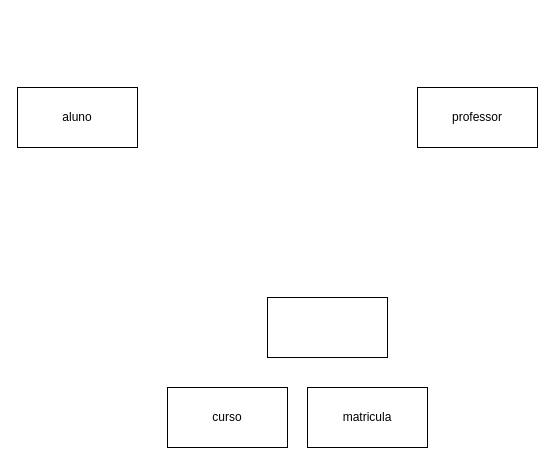
Pet-Garcia/AMS keeps this draw.io diagram as UML/MatriculaUML.drawio. Above is the earlier version. Source tidied: cells renumbered, new cells numbered last; positions are measured from the earlier drawing's top-left corner, leaving out a move shared by most shapes. Both pictures are drawn from the tidied source at 100%, with x=0, y=0 at pixel (17, 87).
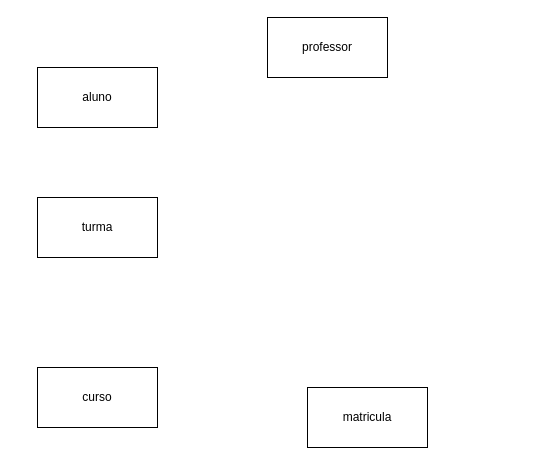
Above is the later version.

Change to the diagram source:
```diff
@@
 <mxGraphModel>
   <root>
     <mxCell id="0" />
     <mxCell id="1" parent="0" />
     <mxCell id="2" value="aluno" style="rounded=0;whiteSpace=wrap;html=1;" parent="1" vertex="1">
-      <mxGeometry width="120" height="60" as="geometry" />
+      <mxGeometry x="20" y="-20" width="120" height="60" as="geometry" />
     </mxCell>
     <mxCell id="3" value="curso" style="rounded=0;whiteSpace=wrap;html=1;" parent="1" vertex="1">
-      <mxGeometry x="150" y="300" width="120" height="60" as="geometry" />
+      <mxGeometry x="20" y="280" width="120" height="60" as="geometry" />
     </mxCell>
     <mxCell id="4" value="matricula" style="rounded=0;whiteSpace=wrap;html=1;" parent="1" vertex="1">
       <mxGeometry x="290" y="300" width="120" height="60" as="geometry" />
     </mxCell>
     <mxCell id="5" value="professor" style="rounded=0;whiteSpace=wrap;html=1;" parent="1" vertex="1">
-      <mxGeometry x="400" width="120" height="60" as="geometry" />
+      <mxGeometry x="250" y="-70" width="120" height="60" as="geometry" />
     </mxCell>
-    <mxCell id="6" style="rounded=0;whiteSpace=wrap;html=1;" parent="1" vertex="1">
-      <mxGeometry x="250" y="210" width="120" height="60" as="geometry" />
+    <mxCell id="6" value="turma" style="rounded=0;whiteSpace=wrap;html=1;" parent="1" vertex="1">
+      <mxGeometry x="20" y="110" width="120" height="60" as="geometry" />
     </mxCell>
   </root>
 </mxGraphModel>
```
